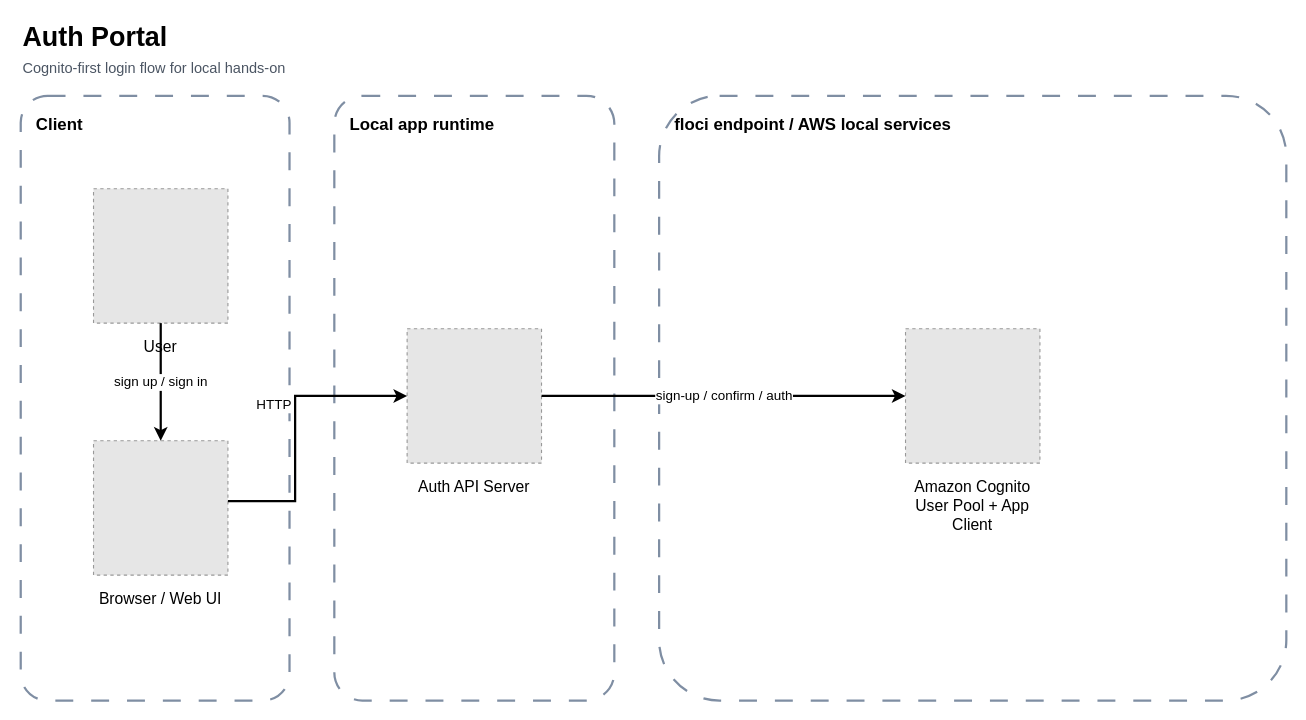
The draw.io diagram apps/auth-portal/assets/auth-portal-architecture.drawio in niceguy61/floci_test, before the edit. Source tidied: cells renumbered, new cells numbered last; positions are measured from the earlier drawing's top-left corner, leaving out a move shared by most shapes. Both pictures are drawn from the tidied source at 112%, with x=0, y=0 at pixel (20, 19). Pictures stored in the file or linked from it are replaced by grey dashed boxes.
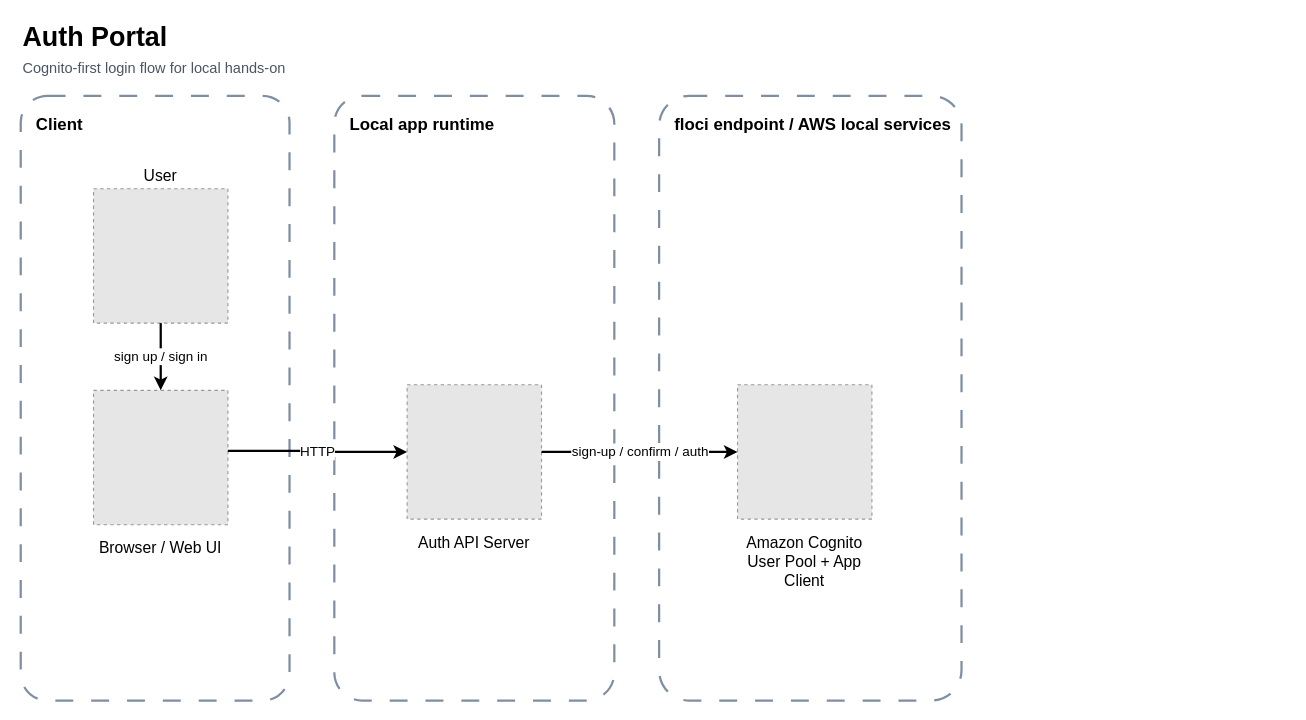
Above is the later version.

What changed in the source:
```diff
@@
 <mxGraphModel>
   <root>
     <mxCell id="0" />
     <mxCell id="1" parent="0" />
     <mxCell id="2" value="Auth Portal" style="text;html=1;strokeColor=none;fillColor=none;align=left;verticalAlign=middle;fontSize=24;fontStyle=1;" parent="1" vertex="1">
       <mxGeometry width="500" height="32" as="geometry" />
     </mxCell>
     <mxCell id="3" value="Cognito-first login flow for local hands-on" style="text;html=1;strokeColor=none;fillColor=none;align=left;verticalAlign=middle;fontSize=13;fontColor=#4b5563;" parent="1" vertex="1">
       <mxGeometry y="32" width="720" height="22" as="geometry" />
     </mxCell>
     <mxCell id="4" value="Client" style="rounded=1;whiteSpace=wrap;html=1;dashed=1;dashPattern=8 8;arcSize=10;strokeWidth=2;strokeColor=#7f8ea3;fillColor=none;align=left;verticalAlign=top;spacingLeft=12;spacingTop=10;fontSize=15;fontStyle=1;" parent="1" vertex="1">
       <mxGeometry y="68" width="240" height="540" as="geometry" />
     </mxCell>
     <mxCell id="5" value="Local app runtime" style="rounded=1;whiteSpace=wrap;html=1;dashed=1;dashPattern=8 8;arcSize=10;strokeWidth=2;strokeColor=#7f8ea3;fillColor=none;align=left;verticalAlign=top;spacingLeft=12;spacingTop=10;fontSize=15;fontStyle=1;" parent="1" vertex="1">
       <mxGeometry x="280" y="68" width="250" height="540" as="geometry" />
     </mxCell>
     <mxCell id="6" value="floci endpoint / AWS local services" style="rounded=1;whiteSpace=wrap;html=1;dashed=1;dashPattern=8 8;arcSize=10;strokeWidth=2;strokeColor=#7f8ea3;fillColor=none;align=left;verticalAlign=top;spacingLeft=12;spacingTop=10;fontSize=15;fontStyle=1;" parent="1" vertex="1">
-      <mxGeometry x="570" y="68" width="560" height="540" as="geometry" />
+      <mxGeometry x="570" y="68" width="270" height="540" as="geometry" />
     </mxCell>
-    <mxCell id="7" value="User" style="fillColor=#E6E6E6;strokeColor=#999999;dashed=1;verticalLabelPosition=bottom;verticalAlign=top;labelPosition=center;align=center;html=1;whiteSpace=wrap;spacingTop=6;fontSize=14;fontStyle=0;" parent="1" vertex="1">
+    <mxCell id="7" value="User" style="fillColor=#E6E6E6;strokeColor=#999999;dashed=1;verticalLabelPosition=top;verticalAlign=bottom;labelPosition=center;align=center;html=1;whiteSpace=wrap;spacingTop=6;fontSize=14;fontStyle=0;" parent="1" vertex="1">
       <mxGeometry x="65" y="151" width="120" height="120" as="geometry" />
     </mxCell>
     <mxCell id="8" value="Browser / Web UI" style="fillColor=#E6E6E6;strokeColor=#999999;dashed=1;verticalLabelPosition=bottom;verticalAlign=top;labelPosition=center;align=center;html=1;whiteSpace=wrap;spacingTop=6;fontSize=14;fontStyle=0;" parent="1" vertex="1">
-      <mxGeometry x="65" y="376" width="120" height="120" as="geometry" />
+      <mxGeometry x="65" y="331" width="120" height="120" as="geometry" />
     </mxCell>
     <mxCell id="9" value="Auth API Server" style="fillColor=#E6E6E6;strokeColor=#999999;dashed=1;verticalLabelPosition=bottom;verticalAlign=top;labelPosition=center;align=center;html=1;whiteSpace=wrap;spacingTop=6;fontSize=14;fontStyle=0;" parent="1" vertex="1">
-      <mxGeometry x="345" y="276" width="120" height="120" as="geometry" />
+      <mxGeometry x="345" y="326" width="120" height="120" as="geometry" />
     </mxCell>
     <mxCell id="10" value="&lt;div&gt;Amazon Cognito&lt;/div&gt;&lt;div&gt;User Pool + App Client&lt;/div&gt;" style="fillColor=#E6E6E6;strokeColor=#999999;dashed=1;verticalLabelPosition=bottom;verticalAlign=top;labelPosition=center;align=center;html=1;whiteSpace=wrap;spacingTop=6;fontSize=14;fontStyle=0;" parent="1" vertex="1">
-      <mxGeometry x="790" y="276" width="120" height="120" as="geometry" />
+      <mxGeometry x="640" y="326" width="120" height="120" as="geometry" />
     </mxCell>
-    <mxCell id="11" value="sign up / sign in" style="edgeStyle=orthogonalEdgeStyle;rounded=0;jettySize=auto;html=1;strokeWidth=2;fontSize=12;labelBackgroundColor=#ffffff;exitX=0.5;exitY=1.0;exitDx=0;exitDy=0;entryX=0.5;entryY=0.0;entryDx=0;entryDy=0;" parent="1" edge="1" source="7" target="8">
+    <mxCell id="11" value="sign up / sign in" style="edgeStyle=orthogonalEdgeStyle;rounded=0;jettySize=auto;html=1;strokeWidth=2;fontSize=12;labelBackgroundColor=#ffffff;exitX=0.5;exitY=1.0;exitDx=0;exitDy=0;entryX=0.5;entryY=0.0;entryDx=0;entryDy=0;flowAnimation=1;" parent="1" edge="1" source="7" target="8">
       <mxGeometry relative="1" as="geometry">
         <Array as="points">
           <mxPoint x="125" y="301" />
         </Array>
       </mxGeometry>
     </mxCell>
-    <mxCell id="12" value="HTTP" style="edgeStyle=orthogonalEdgeStyle;rounded=0;jettySize=auto;html=1;strokeWidth=2;fontSize=12;labelBackgroundColor=#ffffff;exitX=1.0;exitY=0.45;exitDx=0;exitDy=0;entryX=0;entryY=0.5;entryDx=0;entryDy=0;" parent="1" edge="1" source="8" target="9">
-      <mxGeometry x="0.15" y="18" relative="1" as="geometry">
+    <mxCell id="12" value="HTTP" style="edgeStyle=orthogonalEdgeStyle;rounded=0;jettySize=auto;html=1;strokeWidth=2;fontSize=12;labelBackgroundColor=#ffffff;exitX=1.0;exitY=0.45;exitDx=0;exitDy=0;entryX=0;entryY=0.5;entryDx=0;entryDy=0;flowAnimation=1;" parent="1" edge="1" source="8" target="9">
+      <mxGeometry relative="1" as="geometry">
         <Array as="points">
-          <mxPoint x="245" y="430" />
-          <mxPoint x="245" y="336" />
+          <mxPoint x="260" y="385" />
+          <mxPoint x="260" y="386" />
         </Array>
-        <mxPoint x="-1" as="offset" />
       </mxGeometry>
     </mxCell>
-    <mxCell id="13" value="sign-up / confirm / auth" style="edgeStyle=orthogonalEdgeStyle;rounded=0;jettySize=auto;html=1;strokeWidth=2;fontSize=12;labelBackgroundColor=#ffffff;exitX=1;exitY=0.5;exitDx=0;exitDy=0;entryX=0.0;entryY=0.5;entryDx=0;entryDy=0;" parent="1" edge="1" source="9" target="10">
+    <mxCell id="13" value="sign-up / confirm / auth" style="edgeStyle=orthogonalEdgeStyle;rounded=0;jettySize=auto;html=1;strokeWidth=2;fontSize=12;labelBackgroundColor=#ffffff;exitX=1.0;exitY=0.5;exitDx=0;exitDy=0;entryX=0.0;entryY=0.5;entryDx=0;entryDy=0;flowAnimation=1;" parent="1" edge="1" source="9" target="10">
       <mxGeometry relative="1" as="geometry">
         <Array as="points">
-          <mxPoint x="465" y="336" />
+          <mxPoint x="550" y="386" />
+          <mxPoint x="550" y="386" />
         </Array>
       </mxGeometry>
     </mxCell>
   </root>
 </mxGraphModel>
```
